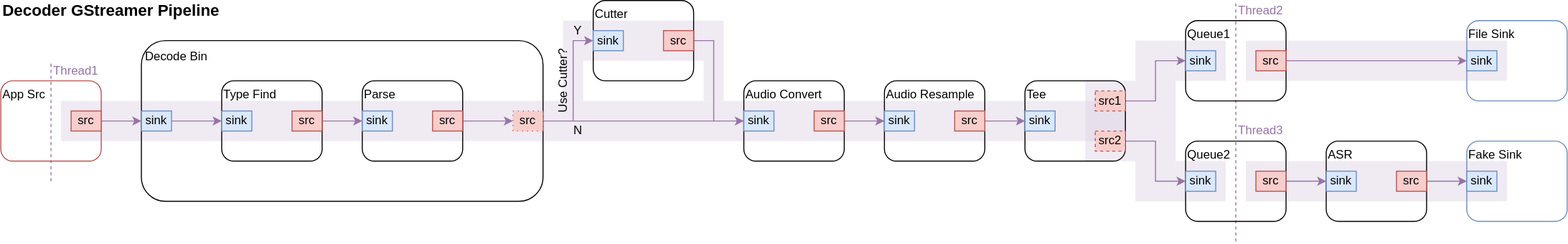
alkazap/web-audio-capture keeps this draw.io diagram as docs/images/gst_pipeline.svg. Above is the earlier version. Source tidied: cells renumbered, new cells last; positions are measured from the earlier drawing's top-left corner, leaving out a move shared by most shapes.
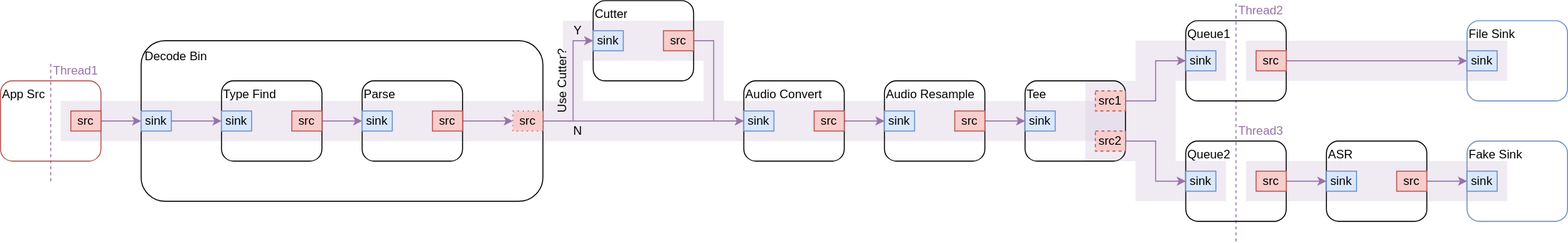
Above is the later version.

The edit, as a diff of the source:
```diff
@@ -96,9 +96,6 @@
     <mxCell id="27" value="&lt;span style=&quot;white-space: normal&quot;&gt;Decode Bin&lt;/span&gt;" style="rounded=1;whiteSpace=wrap;html=1;align=left;verticalAlign=top;spacing=4;fillColor=none;" parent="25" vertex="1">
       <mxGeometry x="140" y="40" width="400" height="160" as="geometry" />
     </mxCell>
-    <mxCell id="28" value="Decoder GStreamer Pipeline" style="text;html=1;strokeColor=none;fillColor=none;align=center;verticalAlign=middle;whiteSpace=wrap;rounded=0;opacity=30;fontStyle=1;fontSize=16;" parent="25" vertex="1">
-      <mxGeometry width="220" height="20" as="geometry" />
-    </mxCell>
     <mxCell id="29" style="edgeStyle=orthogonalEdgeStyle;rounded=0;jettySize=auto;html=1;exitX=1;exitY=0.5;exitDx=0;exitDy=0;entryX=0;entryY=0.5;entryDx=0;entryDy=0;fillColor=#e1d5e7;strokeColor=#9673a6;" parent="25" edge="1" target="27">
       <mxGeometry relative="1" as="geometry">
         <mxPoint x="100" y="120" as="sourcePoint" />
```
